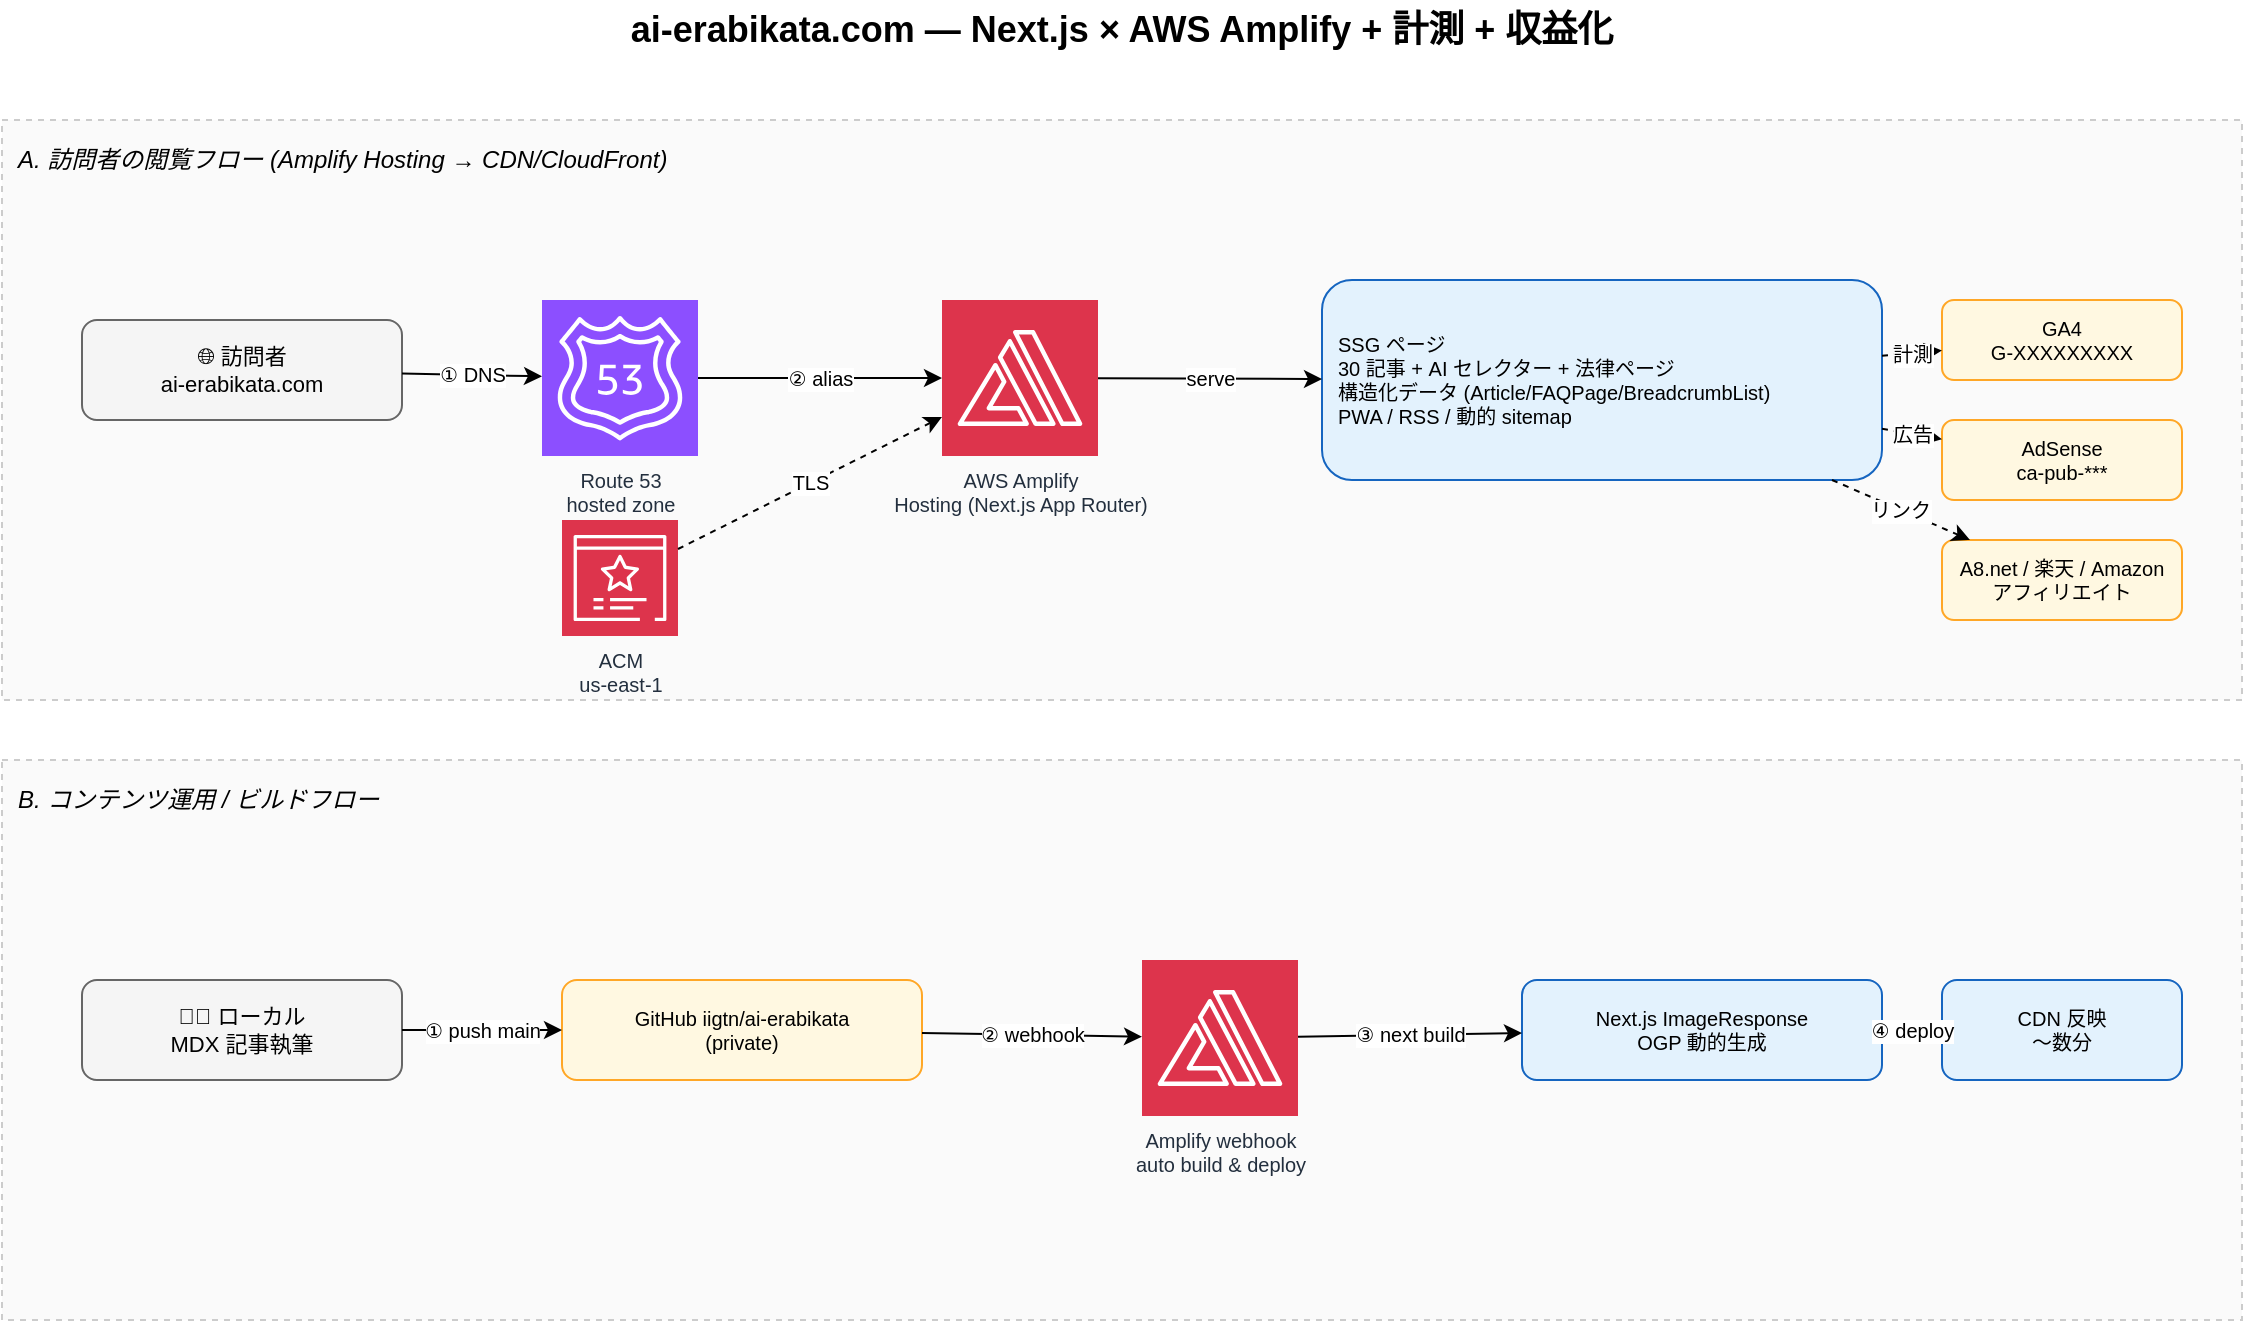
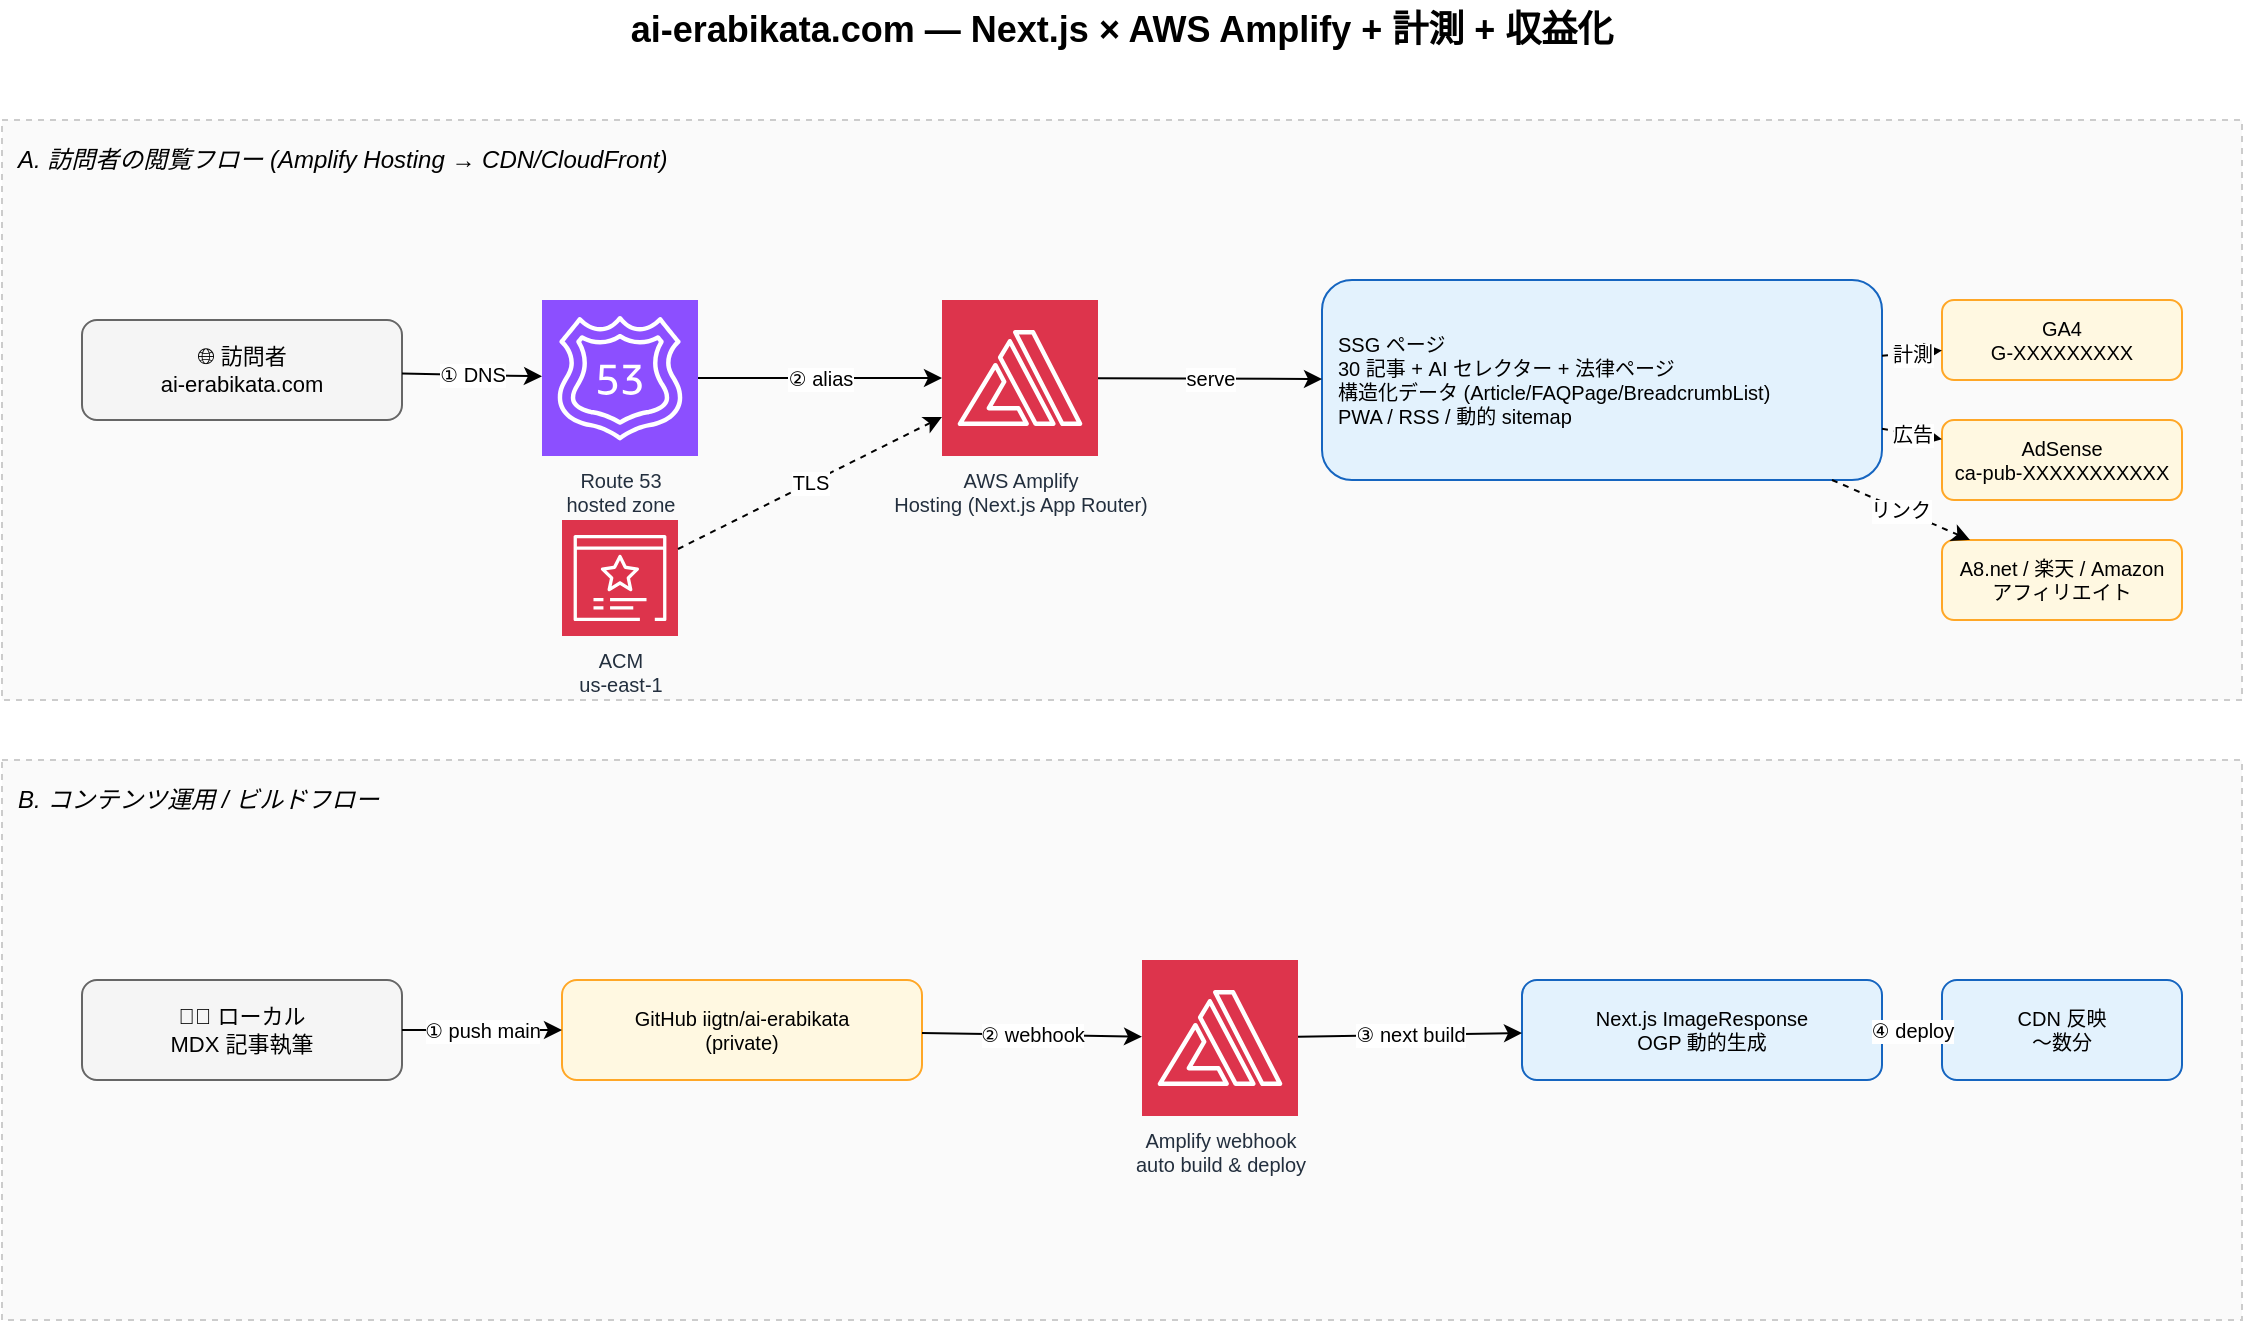
<mxfile host="www.iigtn.com" modified="2026-05-04T00:00:00.000Z" agent="iigtn-platform" version="24.0.0">
  <diagram name="ai-erabikata.com Architecture" id="aiera-arch">
    <mxGraphModel dx="1400" dy="900" grid="1" gridSize="10" guides="1" tooltips="1" connect="1" arrows="1" fold="1" page="1" pageScale="1" pageWidth="1200" pageHeight="780" math="0" shadow="0">
      <root>
        <mxCell id="0" />
        <mxCell id="1" parent="0" />

        <mxCell id="title" value="ai-erabikata.com — Next.js × AWS Amplify + 計測 + 収益化" style="text;html=1;align=center;verticalAlign=middle;whiteSpace=wrap;fontSize=18;fontStyle=1;" vertex="1" parent="1">
          <mxGeometry x="280" y="20" width="640" height="30" as="geometry" />
        </mxCell>

        <mxCell id="lyrA" value="A. 訪問者の閲覧フロー (Amplify Hosting → CDN/CloudFront)" style="rounded=0;whiteSpace=wrap;html=1;fillColor=#fafafa;strokeColor=#cccccc;dashed=1;fontSize=12;fontStyle=2;align=left;verticalAlign=top;spacing=8;" vertex="1" parent="1">
          <mxGeometry x="40" y="80" width="1120" height="290" as="geometry" />
        </mxCell>

        <mxCell id="user" value="🌐 訪問者&#xa;ai-erabikata.com" style="rounded=1;whiteSpace=wrap;html=1;fillColor=#f5f5f5;strokeColor=#666;fontSize=11;" vertex="1" parent="1">
          <mxGeometry x="80" y="180" width="160" height="50" as="geometry" />
        </mxCell>

        <mxCell id="r53" value="Route 53&#xa;hosted zone" style="sketch=0;outlineConnect=0;fontColor=#232F3E;fillColor=#8C4FFF;strokeColor=#ffffff;dashed=0;verticalLabelPosition=bottom;verticalAlign=top;align=center;html=1;fontSize=10;aspect=fixed;shape=mxgraph.aws4.resourceIcon;resIcon=mxgraph.aws4.route_53;" vertex="1" parent="1">
          <mxGeometry x="310" y="170" width="78" height="78" as="geometry" />
        </mxCell>

        <mxCell id="acm" value="ACM&#xa;us-east-1" style="sketch=0;outlineConnect=0;fontColor=#232F3E;fillColor=#DD344C;strokeColor=#ffffff;dashed=0;verticalLabelPosition=bottom;verticalAlign=top;align=center;html=1;fontSize=10;aspect=fixed;shape=mxgraph.aws4.resourceIcon;resIcon=mxgraph.aws4.certificate_manager_3;" vertex="1" parent="1">
          <mxGeometry x="320" y="280" width="58" height="58" as="geometry" />
        </mxCell>

        <mxCell id="amp" value="AWS Amplify&#xa;Hosting (Next.js App Router)" style="sketch=0;outlineConnect=0;fontColor=#232F3E;fillColor=#DD344C;strokeColor=#ffffff;dashed=0;verticalLabelPosition=bottom;verticalAlign=top;align=center;html=1;fontSize=10;aspect=fixed;shape=mxgraph.aws4.resourceIcon;resIcon=mxgraph.aws4.amplify;" vertex="1" parent="1">
          <mxGeometry x="510" y="170" width="78" height="78" as="geometry" />
        </mxCell>

        <mxCell id="ssg" value="SSG ページ&#xa;30 記事 + AI セレクター + 法律ページ&#xa;構造化データ (Article/FAQPage/BreadcrumbList)&#xa;PWA / RSS / 動的 sitemap" style="rounded=1;whiteSpace=wrap;html=1;fillColor=#e3f2fd;strokeColor=#1565c0;fontSize=10;align=left;spacing=8;" vertex="1" parent="1">
          <mxGeometry x="700" y="160" width="280" height="100" as="geometry" />
        </mxCell>

        <mxCell id="ga" value="GA4&#xa;G-XXXXXXXXX" style="rounded=1;whiteSpace=wrap;html=1;fillColor=#fff8e1;strokeColor=#ffa726;fontSize=10;" vertex="1" parent="1">
          <mxGeometry x="1010" y="170" width="120" height="40" as="geometry" />
        </mxCell>

-         <mxCell id="ads" value="AdSense&#xa;ca-pub-***" style="rounded=1;whiteSpace=wrap;html=1;fillColor=#fff8e1;strokeColor=#ffa726;fontSize=10;" vertex="1" parent="1">
+         <mxCell id="ads" value="AdSense&#xa;ca-pub-XXXXXXXXXXX" style="rounded=1;whiteSpace=wrap;html=1;fillColor=#fff8e1;strokeColor=#ffa726;fontSize=10;" vertex="1" parent="1">
          <mxGeometry x="1010" y="230" width="120" height="40" as="geometry" />
        </mxCell>

        <mxCell id="aff" value="A8.net / 楽天 / Amazon&#xa;アフィリエイト" style="rounded=1;whiteSpace=wrap;html=1;fillColor=#fff8e1;strokeColor=#ffa726;fontSize=10;" vertex="1" parent="1">
          <mxGeometry x="1010" y="290" width="120" height="40" as="geometry" />
        </mxCell>

        <mxCell id="aedge1" value="① DNS" style="endArrow=classic;html=1;fontSize=10;" edge="1" parent="1" source="user" target="r53">
          <mxGeometry relative="1" as="geometry" />
        </mxCell>
        <mxCell id="aedge2" value="② alias" style="endArrow=classic;html=1;fontSize=10;" edge="1" parent="1" source="r53" target="amp">
          <mxGeometry relative="1" as="geometry" />
        </mxCell>
        <mxCell id="aedge3" value="TLS" style="endArrow=classic;dashed=1;html=1;fontSize=10;" edge="1" parent="1" source="acm" target="amp">
          <mxGeometry relative="1" as="geometry" />
        </mxCell>
        <mxCell id="aedge4" value="serve" style="endArrow=classic;html=1;fontSize=10;" edge="1" parent="1" source="amp" target="ssg">
          <mxGeometry relative="1" as="geometry" />
        </mxCell>
        <mxCell id="aedge5" value="計測" style="endArrow=classic;dashed=1;html=1;fontSize=10;" edge="1" parent="1" source="ssg" target="ga">
          <mxGeometry relative="1" as="geometry" />
        </mxCell>
        <mxCell id="aedge6" value="広告" style="endArrow=classic;dashed=1;html=1;fontSize=10;" edge="1" parent="1" source="ssg" target="ads">
          <mxGeometry relative="1" as="geometry" />
        </mxCell>
        <mxCell id="aedge7" value="リンク" style="endArrow=classic;dashed=1;html=1;fontSize=10;" edge="1" parent="1" source="ssg" target="aff">
          <mxGeometry relative="1" as="geometry" />
        </mxCell>

        <mxCell id="lyrB" value="B. コンテンツ運用 / ビルドフロー" style="rounded=0;whiteSpace=wrap;html=1;fillColor=#fafafa;strokeColor=#cccccc;dashed=1;fontSize=12;fontStyle=2;align=left;verticalAlign=top;spacing=8;" vertex="1" parent="1">
          <mxGeometry x="40" y="400" width="1120" height="280" as="geometry" />
        </mxCell>

        <mxCell id="dev" value="👨‍💻 ローカル&#xa;MDX 記事執筆" style="rounded=1;whiteSpace=wrap;html=1;fillColor=#f5f5f5;strokeColor=#666;fontSize=11;" vertex="1" parent="1">
          <mxGeometry x="80" y="510" width="160" height="50" as="geometry" />
        </mxCell>

        <mxCell id="gh" value="GitHub iigtn/ai-erabikata&#xa;(private)" style="rounded=1;whiteSpace=wrap;html=1;fillColor=#fff8e1;strokeColor=#ffa726;fontSize=10;" vertex="1" parent="1">
          <mxGeometry x="320" y="510" width="180" height="50" as="geometry" />
        </mxCell>

        <mxCell id="ampbuild" value="Amplify webhook&#xa;auto build &amp; deploy" style="sketch=0;outlineConnect=0;fontColor=#232F3E;fillColor=#DD344C;strokeColor=#ffffff;dashed=0;verticalLabelPosition=bottom;verticalAlign=top;align=center;html=1;fontSize=10;aspect=fixed;shape=mxgraph.aws4.resourceIcon;resIcon=mxgraph.aws4.amplify;" vertex="1" parent="1">
          <mxGeometry x="610" y="500" width="78" height="78" as="geometry" />
        </mxCell>

        <mxCell id="ogp" value="Next.js ImageResponse&#xa;OGP 動的生成" style="rounded=1;whiteSpace=wrap;html=1;fillColor=#e3f2fd;strokeColor=#1565c0;fontSize=10;" vertex="1" parent="1">
          <mxGeometry x="800" y="510" width="180" height="50" as="geometry" />
        </mxCell>

        <mxCell id="cdn" value="CDN 反映&#xa;〜数分" style="rounded=1;whiteSpace=wrap;html=1;fillColor=#e3f2fd;strokeColor=#1565c0;fontSize=10;" vertex="1" parent="1">
          <mxGeometry x="1010" y="510" width="120" height="50" as="geometry" />
        </mxCell>

        <mxCell id="bedge1" value="① push main" style="endArrow=classic;html=1;fontSize=10;" edge="1" parent="1" source="dev" target="gh">
          <mxGeometry relative="1" as="geometry" />
        </mxCell>
        <mxCell id="bedge2" value="② webhook" style="endArrow=classic;html=1;fontSize=10;" edge="1" parent="1" source="gh" target="ampbuild">
          <mxGeometry relative="1" as="geometry" />
        </mxCell>
        <mxCell id="bedge3" value="③ next build" style="endArrow=classic;html=1;fontSize=10;" edge="1" parent="1" source="ampbuild" target="ogp">
          <mxGeometry relative="1" as="geometry" />
        </mxCell>
        <mxCell id="bedge4" value="④ deploy" style="endArrow=classic;html=1;fontSize=10;" edge="1" parent="1" source="ogp" target="cdn">
          <mxGeometry relative="1" as="geometry" />
        </mxCell>

      </root>
    </mxGraphModel>
  </diagram>
</mxfile>
